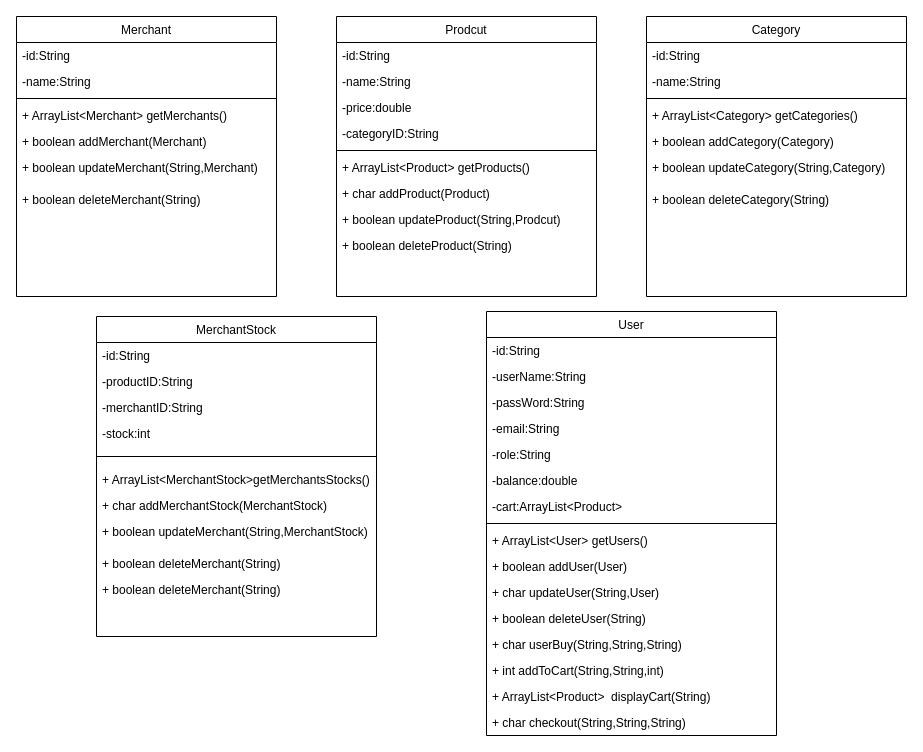
Earlier version of the draw.io diagram CapstoneClassDiagram.drawio (BaderAlsheri2030/Java_Springboot_CapStone1_W6_D1-3). Source tidied: cells renumbered, new cells numbered last; positions are measured from the earlier drawing's top-left corner, leaving out a move shared by most shapes. Both pictures are drawn from the tidied source at 100%, with x=0, y=0 at pixel (16, 16).
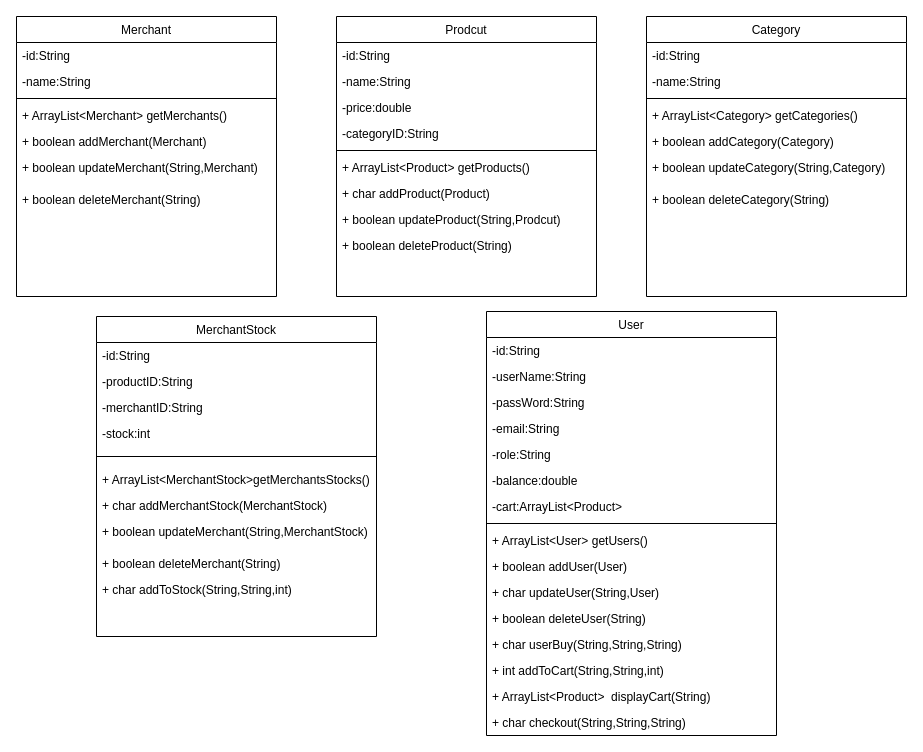
The same diagram, later.

The change refers to these unchanged cells:
```xml
<mxCell id="28" value="MerchantStock" style="swimlane;fontStyle=0;align=center;verticalAlign=top;horizontal=1;startSize=26;rounded=0;shadow=0;strokeWidth=1;" parent="1" vertex="1">
  <mxGeometry x="80" y="300" width="280" height="320" as="geometry" />
</mxCell>
```

What changed in the source:
```diff
@@
-    <mxCell id="38" value="+ boolean deleteMerchant(String)" style="text;align=left;verticalAlign=top;spacingLeft=4;spacingRight=4;overflow=hidden;" parent="28" vertex="1">
+    <mxCell id="38" value="+ char addToStock(String,String,int)" style="text;align=left;verticalAlign=top;spacingLeft=4;spacingRight=4;overflow=hidden;" parent="28" vertex="1">
       <mxGeometry y="260" width="280" height="26" as="geometry" />
     </mxCell>
```
